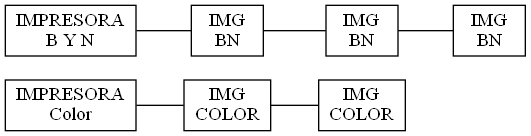
Before: Fase1/colaImpresoras.png, a diagram exported from Graphviz (d-acetun/simulacion-sistema-impresion-de-imagenes). Its source is kept beside it as Fase1/colaImpresoras.dot.
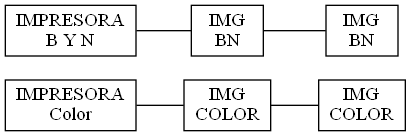
The same diagram one commit later.

The edit, as a diff of the source:
```diff
@@ -7,12 +7,10 @@
 3 [label="IMPRESORA\nB Y N"]
 4 [label="IMG\nBN"]
 5 [label="IMG\nBN"]
-6 [label="IMG\nBN"]
 0->1
 1->2
 3->4
 4->5
-5->6
 {rank=same; 0; 3}
 rankdir=LR
 }
```
